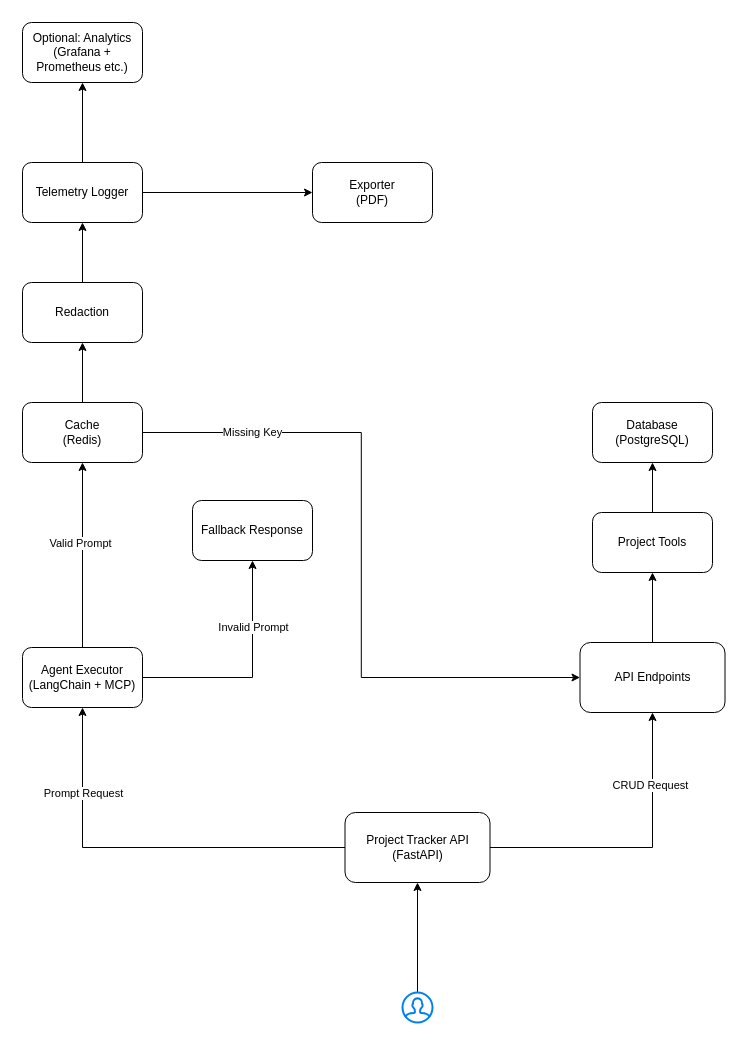
Before: docs/architecture.drawio in hellosauravgupta/project-tracker-agent, a draw.io diagram. Source tidied: cells renumbered, new cells numbered last; positions are measured from the earlier drawing's top-left corner, leaving out a move shared by most shapes. Both pictures are drawn from the tidied source at 100%, with x=0, y=0 at pixel (22, 22).
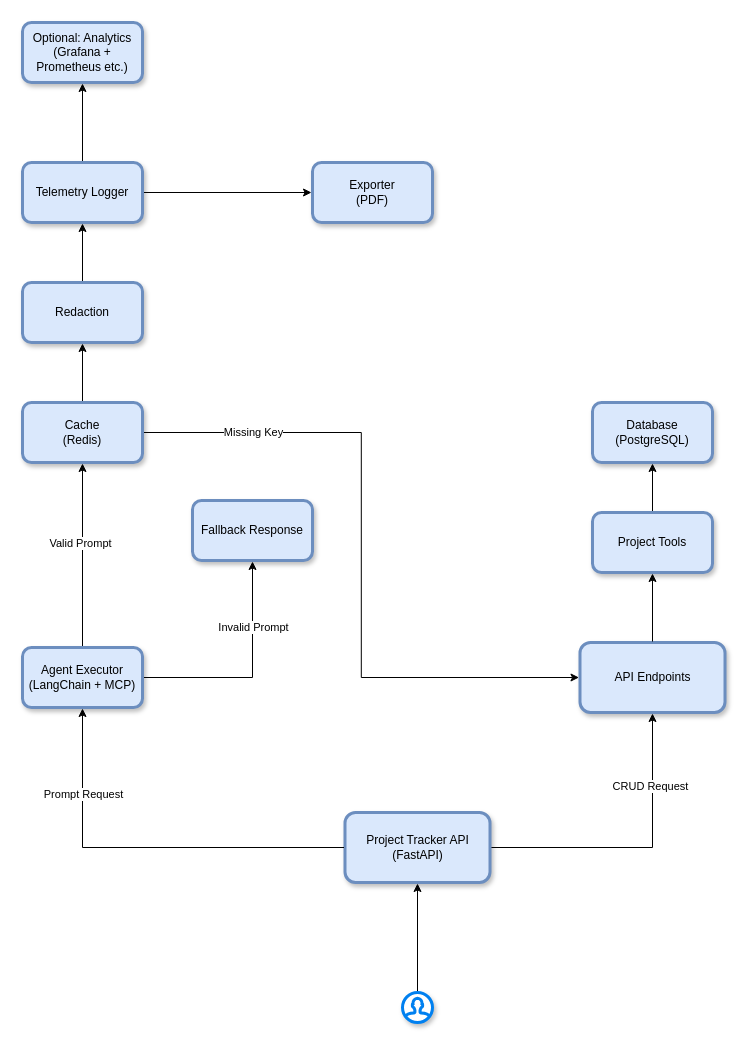
After the change.

The edit, as a diff of the source:
```diff
@@
-    <mxCell id="2" value="Database&lt;br&gt;(PostgreSQL)" style="rounded=1;whiteSpace=wrap;html=1;" parent="1" vertex="1">
+    <mxCell id="2" value="Database&lt;br&gt;(PostgreSQL)" style="rounded=1;whiteSpace=wrap;html=1;fillColor=#dae8fc;strokeColor=#6c8ebf;gradientColor=none;glass=0;shadow=1;strokeWidth=3;perimeterSpacing=1;" parent="1" vertex="1">
       <mxGeometry x="570" y="380" width="120" height="60" as="geometry" />
     </mxCell>
@@
-    <mxCell id="5" value="Project Tracker API&lt;br&gt;(FastAPI)" style="rounded=1;whiteSpace=wrap;html=1;" parent="1" vertex="1">
+    <mxCell id="5" value="Project Tracker API&lt;br&gt;(FastAPI)" style="rounded=1;whiteSpace=wrap;html=1;fillColor=#dae8fc;strokeColor=#6c8ebf;gradientColor=none;glass=0;shadow=1;strokeWidth=3;perimeterSpacing=1;" parent="1" vertex="1">
       <mxGeometry x="322.5" y="790" width="145" height="70" as="geometry" />
     </mxCell>
@@
-    <mxCell id="12" value="Agent Executor (LangChain + MCP)" style="rounded=1;whiteSpace=wrap;html=1;" parent="1" vertex="1">
+    <mxCell id="12" value="Agent Executor (LangChain + MCP)" style="rounded=1;whiteSpace=wrap;html=1;fillColor=#dae8fc;strokeColor=#6c8ebf;gradientColor=none;glass=0;shadow=1;strokeWidth=3;perimeterSpacing=1;" parent="1" vertex="1">
       <mxGeometry y="625" width="120" height="60" as="geometry" />
     </mxCell>
-    <mxCell id="13" value="Exporter&lt;br&gt;(PDF)" style="rounded=1;whiteSpace=wrap;html=1;" parent="1" vertex="1">
+    <mxCell id="13" value="Exporter&lt;br&gt;(PDF)" style="rounded=1;whiteSpace=wrap;html=1;fillColor=#dae8fc;strokeColor=#6c8ebf;gradientColor=none;glass=0;shadow=1;strokeWidth=3;perimeterSpacing=1;" parent="1" vertex="1">
       <mxGeometry x="290" y="140" width="120" height="60" as="geometry" />
     </mxCell>
@@
-    <mxCell id="15" value="Cache&lt;br&gt;(Redis)" style="rounded=1;whiteSpace=wrap;html=1;" parent="1" vertex="1">
+    <mxCell id="15" value="Cache&lt;br&gt;(Redis)" style="rounded=1;whiteSpace=wrap;html=1;fillColor=#dae8fc;strokeColor=#6c8ebf;gradientColor=none;glass=0;shadow=1;strokeWidth=3;perimeterSpacing=1;" parent="1" vertex="1">
       <mxGeometry y="380" width="120" height="60" as="geometry" />
     </mxCell>
@@
-    <mxCell id="17" style="html=1;verticalLabelPosition=bottom;align=center;labelBackgroundColor=#ffffff;verticalAlign=top;strokeWidth=2;strokeColor=#0080F0;shadow=0;dashed=0;shape=mxgraph.ios7.icons.user;" parent="1" vertex="1">
+    <mxCell id="17" style="html=1;verticalLabelPosition=bottom;align=center;labelBackgroundColor=#ffffff;verticalAlign=top;strokeWidth=3;strokeColor=#0080F0;shadow=1;dashed=0;shape=mxgraph.ios7.icons.user;" parent="1" vertex="1">
       <mxGeometry x="380" y="970" width="30" height="30" as="geometry" />
     </mxCell>
@@
-    <mxCell id="21" value="API Endpoints" style="rounded=1;whiteSpace=wrap;html=1;" parent="1" vertex="1">
+    <mxCell id="21" value="API Endpoints" style="rounded=1;whiteSpace=wrap;html=1;fillColor=#dae8fc;strokeColor=#6c8ebf;gradientColor=none;glass=0;shadow=1;strokeWidth=3;perimeterSpacing=1;" parent="1" vertex="1">
       <mxGeometry x="557.5" y="620" width="145" height="70" as="geometry" />
     </mxCell>
@@
-    <mxCell id="23" value="Redaction" style="rounded=1;whiteSpace=wrap;html=1;" parent="1" vertex="1">
+    <mxCell id="23" value="Redaction" style="rounded=1;whiteSpace=wrap;html=1;fillColor=#dae8fc;strokeColor=#6c8ebf;gradientColor=none;glass=0;shadow=1;strokeWidth=3;perimeterSpacing=1;" parent="1" vertex="1">
       <mxGeometry y="260" width="120" height="60" as="geometry" />
     </mxCell>
@@
-    <mxCell id="26" value="Telemetry Logger" style="rounded=1;whiteSpace=wrap;html=1;" parent="1" vertex="1">
+    <mxCell id="26" value="Telemetry Logger" style="rounded=1;whiteSpace=wrap;html=1;fillColor=#dae8fc;strokeColor=#6c8ebf;gradientColor=none;glass=0;shadow=1;strokeWidth=3;perimeterSpacing=1;" parent="1" vertex="1">
       <mxGeometry y="140" width="120" height="60" as="geometry" />
     </mxCell>
-    <mxCell id="27" value="Optional: Analytics&lt;br&gt;(Grafana + Prometheus etc.)" style="whiteSpace=wrap;html=1;rounded=1;" parent="1" vertex="1">
+    <mxCell id="27" value="Optional: Analytics&lt;br&gt;(Grafana + Prometheus etc.)" style="whiteSpace=wrap;html=1;rounded=1;fillColor=#dae8fc;strokeColor=#6c8ebf;gradientColor=none;glass=0;shadow=1;strokeWidth=3;perimeterSpacing=1;" parent="1" vertex="1">
       <mxGeometry width="120" height="60" as="geometry" />
     </mxCell>
@@
-    <mxCell id="29" value="Project Tools" style="rounded=1;whiteSpace=wrap;html=1;" parent="1" vertex="1">
+    <mxCell id="29" value="Project Tools" style="rounded=1;whiteSpace=wrap;html=1;fillColor=#dae8fc;strokeColor=#6c8ebf;gradientColor=none;glass=0;shadow=1;strokeWidth=3;perimeterSpacing=1;" parent="1" vertex="1">
       <mxGeometry x="570" y="490" width="120" height="60" as="geometry" />
     </mxCell>
-    <mxCell id="30" value="Fallback Response" style="rounded=1;whiteSpace=wrap;html=1;" parent="1" vertex="1">
+    <mxCell id="30" value="Fallback Response" style="rounded=1;whiteSpace=wrap;html=1;fillColor=#dae8fc;strokeColor=#6c8ebf;gradientColor=none;glass=0;shadow=1;strokeWidth=3;perimeterSpacing=1;" parent="1" vertex="1">
       <mxGeometry x="170" y="478" width="120" height="60" as="geometry" />
     </mxCell>
```
